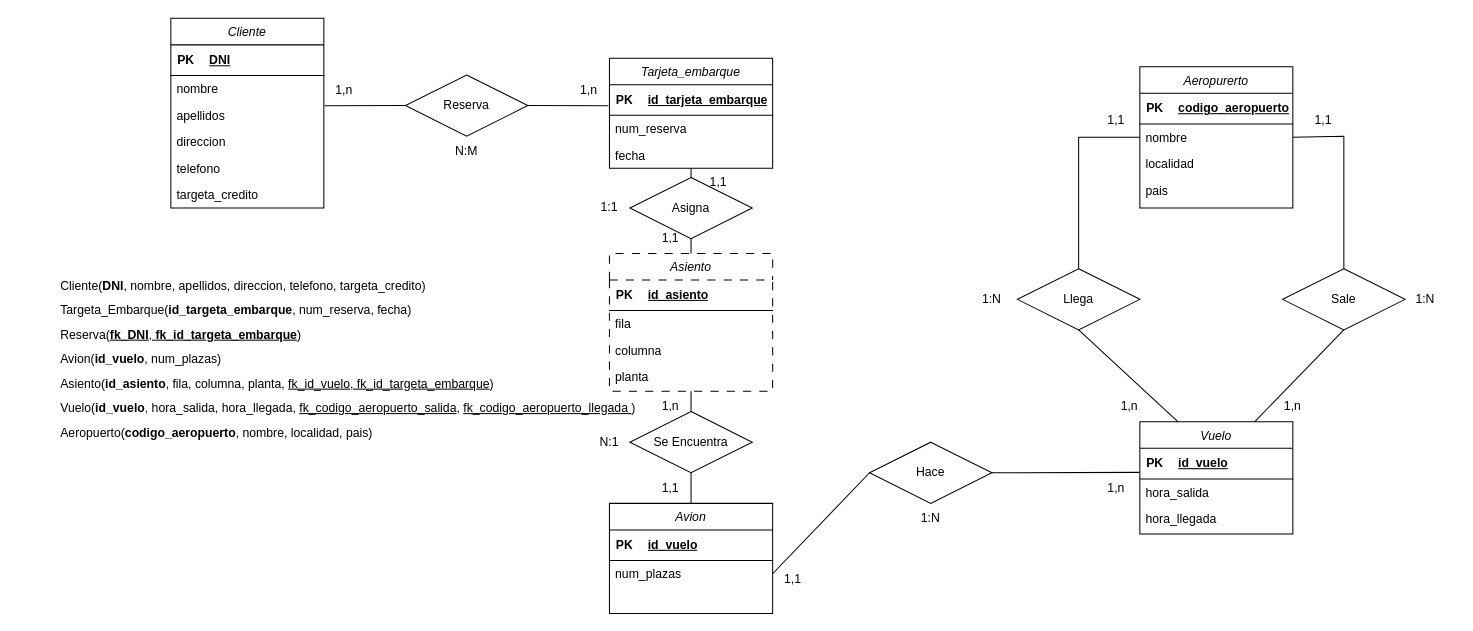
This is Ejercicio08.drawio from Daninuro/diagrames-cvf-dn-mpl-n-11102023, a draw.io file, before an edit. Source tidied: cells renumbered, new cells numbered last; positions are measured from the earlier drawing's top-left corner, leaving out a move shared by most shapes. Both pictures are drawn from the tidied source at 102%, with x=0, y=0 at pixel (58, 17).
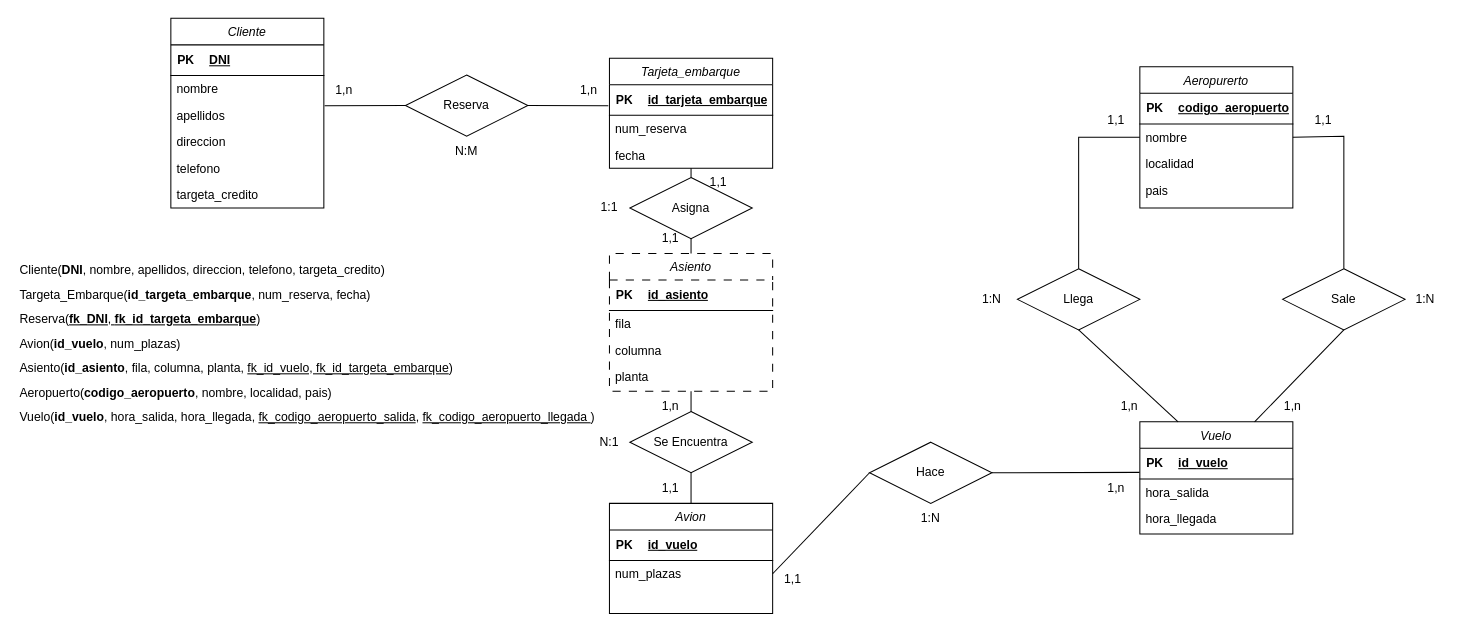
After the change.

The edit, as a diff of the source:
```diff
@@
-    <mxCell id="76" value="&lt;div style=&quot;line-height: 200%;&quot;&gt;Cliente(&lt;b&gt;DNI&lt;/b&gt;, nombre, apellidos, direccion, telefono, targeta_credito)&lt;/div&gt;&lt;div style=&quot;line-height: 200%;&quot;&gt;Targeta_Embarque(&lt;b&gt;id_targeta_embarque&lt;/b&gt;, num_reserva, fecha)&lt;/div&gt;&lt;div style=&quot;line-height: 200%;&quot;&gt;Reserva(&lt;u&gt;&lt;b&gt;fk_DNI&lt;/b&gt;, &lt;/u&gt;&lt;b style=&quot;&quot;&gt;&lt;u&gt;fk_id_targeta_embarque&lt;/u&gt;&lt;/b&gt;)&lt;/div&gt;&lt;div style=&quot;line-height: 200%;&quot;&gt;Avion(&lt;b&gt;id_vuelo&lt;/b&gt;, num_plazas)&lt;/div&gt;&lt;div style=&quot;line-height: 200%;&quot;&gt;Asiento(&lt;b&gt;id_asiento&lt;/b&gt;, fila, columna, planta, &lt;u&gt;fk_id_vuelo, fk_id_targeta_embarque&lt;/u&gt;)&lt;/div&gt;&lt;div style=&quot;line-height: 200%;&quot;&gt;Vuelo(&lt;b&gt;id_vuelo&lt;/b&gt;, hora_salida, hora_llegada, &lt;u&gt;fk_codigo_aeropuerto_salida&lt;/u&gt;, &lt;u&gt;fk_codigo_aeropuerto_llegada &lt;/u&gt;)&lt;/div&gt;&lt;div style=&quot;line-height: 200%;&quot;&gt;Aeropuerto(&lt;b&gt;codigo_aeropuerto&lt;/b&gt;, nombre, localidad, pais)&lt;/div&gt;" style="text;html=1;strokeColor=none;fillColor=none;align=left;verticalAlign=middle;whiteSpace=wrap;rounded=0;" parent="1" vertex="1">
-      <mxGeometry y="246" width="620" height="175" as="geometry" />
+    <mxCell id="76" value="&lt;div style=&quot;line-height: 200%;&quot;&gt;Cliente(&lt;b&gt;DNI&lt;/b&gt;, nombre, apellidos, direccion, telefono, targeta_credito)&lt;/div&gt;&lt;div style=&quot;line-height: 200%;&quot;&gt;Targeta_Embarque(&lt;b&gt;id_targeta_embarque&lt;/b&gt;, num_reserva, fecha)&lt;/div&gt;&lt;div style=&quot;line-height: 200%;&quot;&gt;Reserva(&lt;u&gt;&lt;b&gt;fk_DNI&lt;/b&gt;, &lt;/u&gt;&lt;b style=&quot;&quot;&gt;&lt;u&gt;fk_id_targeta_embarque&lt;/u&gt;&lt;/b&gt;)&lt;/div&gt;&lt;div style=&quot;line-height: 200%;&quot;&gt;Avion(&lt;b&gt;id_vuelo&lt;/b&gt;, num_plazas)&lt;/div&gt;&lt;div style=&quot;line-height: 200%;&quot;&gt;Asiento(&lt;b&gt;id_asiento&lt;/b&gt;, fila, columna, planta, &lt;u&gt;fk_id_vuelo, fk_id_targeta_embarque&lt;/u&gt;)&lt;/div&gt;&lt;div style=&quot;line-height: 200%;&quot;&gt;Aeropuerto(&lt;b style=&quot;border-color: var(--border-color);&quot;&gt;codigo_aeropuerto&lt;/b&gt;, nombre, localidad, pais)&lt;br&gt;&lt;/div&gt;&lt;div style=&quot;line-height: 200%;&quot;&gt;Vuelo(&lt;b&gt;id_vuelo&lt;/b&gt;, hora_salida, hora_llegada, &lt;u&gt;fk_codigo_aeropuerto_salida&lt;/u&gt;, &lt;u&gt;fk_codigo_aeropuerto_llegada &lt;/u&gt;)&lt;/div&gt;" style="text;html=1;strokeColor=none;fillColor=none;align=left;verticalAlign=middle;whiteSpace=wrap;rounded=0;" parent="1" vertex="1">
+      <mxGeometry x="-40" y="231" width="620" height="175" as="geometry" />
     </mxCell>
```
